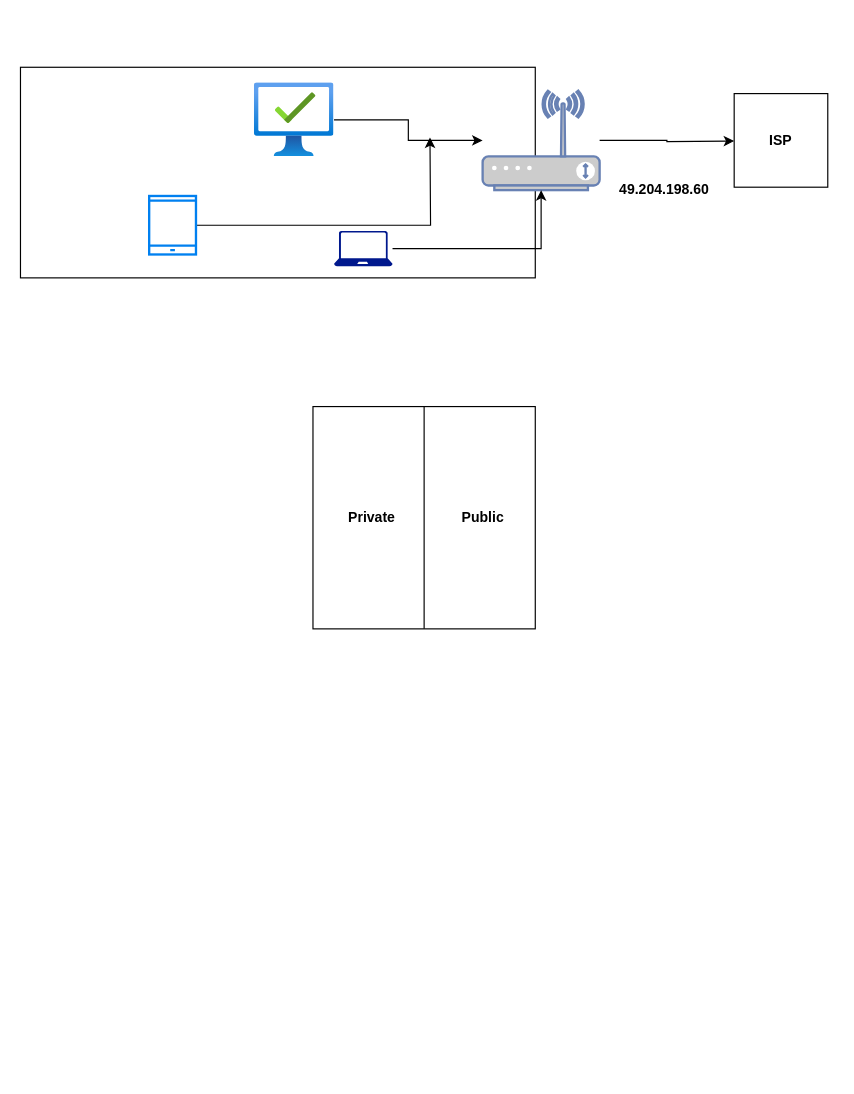
Earlier version of the draw.io diagram Notes/04-Expenses-Project/Session-07/Session-07.drawio (ishahulahmed/Join-DevOps). Source tidied: cells renumbered, new cells numbered last; positions are measured from the earlier drawing's top-left corner, leaving out a move shared by most shapes. Both pictures are drawn from the tidied source at 117%, with x=0, y=0 at pixel (20, 67).
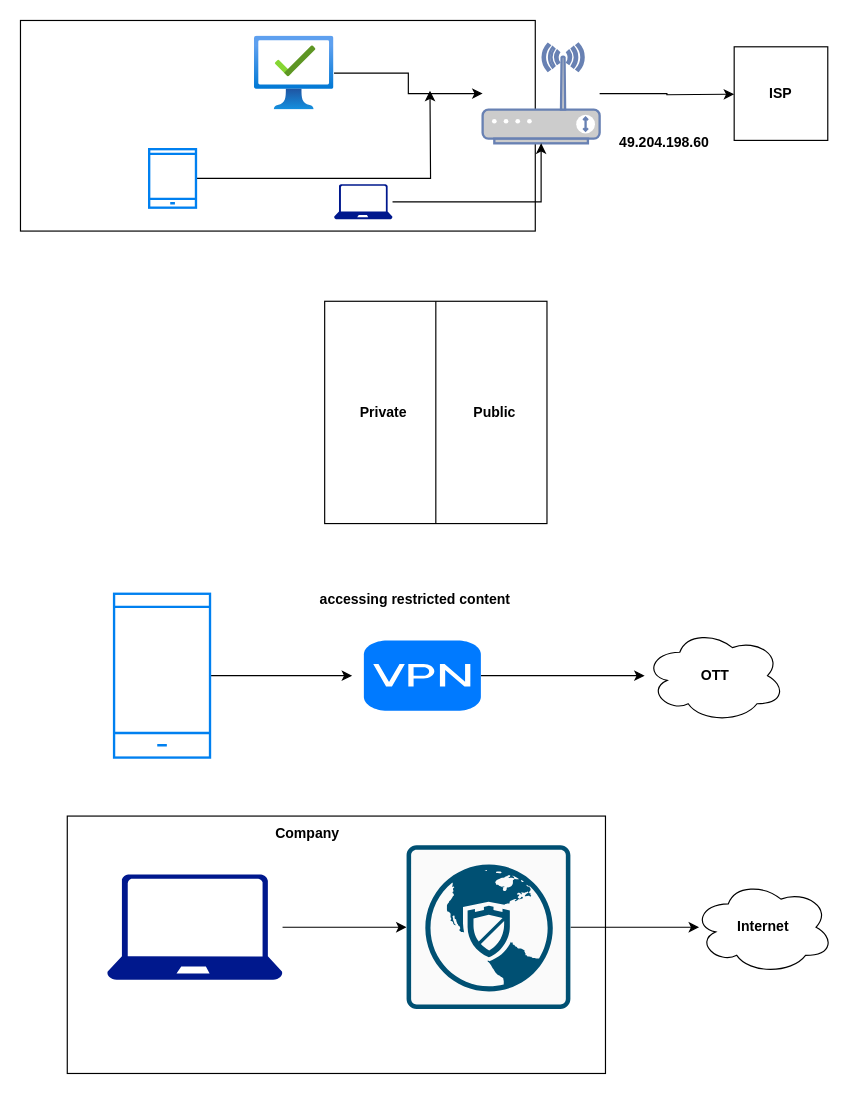
The same diagram, later.

Change to the diagram source:
```diff
@@
     <mxCell id="2" style="group;" parent="1" vertex="1">
-      <mxGeometry width="690" height="180" as="geometry" />
+      <mxGeometry y="-40" width="690" height="180" as="geometry" />
     </mxCell>
@@
     <mxCell id="14" style="group;" parent="1" vertex="1">
-      <mxGeometry x="250" y="290" width="190" height="190" as="geometry" />
+      <mxGeometry x="260" y="200" width="190" height="190" as="geometry" />
     </mxCell>
@@
+    <mxCell id="19" style="group;" parent="1" vertex="1">
+      <mxGeometry x="80" y="440" width="567" height="150" as="geometry" />
+    </mxCell>
+    <mxCell id="20" style="edgeStyle=orthogonalEdgeStyle;rounded=0;jettySize=auto;html=1;" parent="19" edge="1" source="21">
+      <mxGeometry relative="1" as="geometry">
+        <mxPoint x="203.5" y="80" as="targetPoint" />
+      </mxGeometry>
+    </mxCell>
+    <mxCell id="21" style="html=1;verticalLabelPosition=bottom;align=center;labelBackgroundColor=#ffffff;verticalAlign=top;strokeWidth=2;strokeColor=#0080F0;shadow=0;dashed=0;shape=mxgraph.ios7.icons.smartphone;" parent="19" vertex="1">
+      <mxGeometry y="10" width="82" height="140" as="geometry" />
+    </mxCell>
+    <mxCell id="22" style="edgeStyle=orthogonalEdgeStyle;rounded=0;jettySize=auto;html=1;" parent="19" edge="1" source="23" target="24">
+      <mxGeometry relative="1" as="geometry" />
+    </mxCell>
+    <mxCell id="23" style="html=1;strokeWidth=1;shadow=0;dashed=0;shape=mxgraph.ios7.misc.vpn;fillColor=#007AFF;strokeColor=none;buttonText=;strokeColor2=#222222;fontColor=#222222;fontSize=8;verticalLabelPosition=bottom;verticalAlign=top;align=center;sketch=0;" parent="19" vertex="1">
+      <mxGeometry x="213.5" y="50" width="100" height="60" as="geometry" />
+    </mxCell>
+    <mxCell id="24" value="&lt;b&gt;OTT&lt;/b&gt;" style="ellipse;shape=cloud;whiteSpace=wrap;html=1;" parent="19" vertex="1">
+      <mxGeometry x="453.5" y="40" width="120" height="80" as="geometry" />
+    </mxCell>
+    <mxCell id="25" value="&lt;b&gt;accessing restricted content&lt;/b&gt;" style="text;html=1;align=center;verticalAlign=middle;strokeColor=none;fillColor=none;" parent="19" vertex="1">
+      <mxGeometry x="162" width="190" height="30" as="geometry" />
+    </mxCell>
+    <mxCell id="26" style="group;" parent="1" vertex="1">
+      <mxGeometry x="40" y="640" width="655" height="220" as="geometry" />
+    </mxCell>
+    <mxCell id="27" style="rounded=0;whiteSpace=wrap;html=1;" parent="26" vertex="1">
+      <mxGeometry width="460" height="220" as="geometry" />
+    </mxCell>
+    <mxCell id="28" style="edgeStyle=orthogonalEdgeStyle;rounded=0;jettySize=auto;html=1;" parent="26" edge="1" source="29" target="31">
+      <mxGeometry relative="1" as="geometry" />
+    </mxCell>
+    <mxCell id="29" style="sketch=0;shadow=0;dashed=0;html=1;strokeColor=none;labelPosition=center;verticalLabelPosition=bottom;verticalAlign=top;align=center;fillColor=#00188D;shape=mxgraph.azure.laptop;" parent="26" vertex="1">
+      <mxGeometry x="34" y="50" width="150" height="90" as="geometry" />
+    </mxCell>
+    <mxCell id="30" style="edgeStyle=orthogonalEdgeStyle;rounded=0;jettySize=auto;html=1;" parent="26" edge="1" source="31">
+      <mxGeometry relative="1" as="geometry">
+        <mxPoint x="540" y="95" as="targetPoint" />
+      </mxGeometry>
+    </mxCell>
+    <mxCell id="31" style="sketch=0;points=[[0.015,0.015,0],[0.985,0.015,0],[0.985,0.985,0],[0.015,0.985,0],[0.25,0,0],[0.5,0,0],[0.75,0,0],[1,0.25,0],[1,0.5,0],[1,0.75,0],[0.75,1,0],[0.5,1,0],[0.25,1,0],[0,0.75,0],[0,0.5,0],[0,0.25,0]];verticalLabelPosition=bottom;html=1;verticalAlign=top;align=center;shape=mxgraph.cisco19.rect;prIcon=virtual_private_network;fillColor=#FAFAFA;strokeColor=#005073;" parent="26" vertex="1">
+      <mxGeometry x="290" y="25" width="140" height="140" as="geometry" />
+    </mxCell>
+    <mxCell id="32" value="&lt;b&gt;Company&lt;/b&gt;" style="text;html=1;align=center;verticalAlign=middle;strokeColor=none;fillColor=none;" parent="26" vertex="1">
+      <mxGeometry x="165" width="80" height="30" as="geometry" />
+    </mxCell>
+    <mxCell id="33" value="&lt;b&gt;Internet&lt;/b&gt;" style="ellipse;shape=cloud;whiteSpace=wrap;html=1;" parent="26" vertex="1">
+      <mxGeometry x="535" y="55" width="120" height="80" as="geometry" />
+    </mxCell>
```
